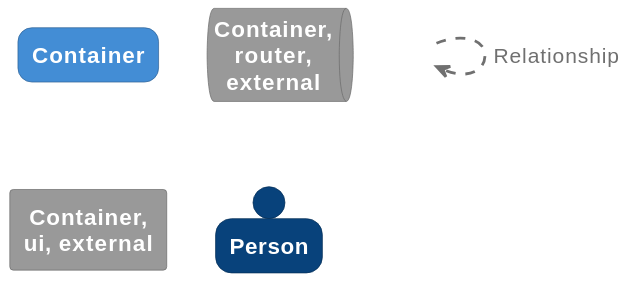
CoderByBlood/whisper-cms keeps this PlantUML diagram as docs/diagrams/structurizr-WhisperCMS-Containers-key.svg. Above is the earlier version. Source of this version:
```plantuml
@startuml
set separator none

skinparam {
  shadowing false
  arrowFontSize 15
  defaultTextAlignment center
  wrapWidth 100
  maxMessageSize 100
}
hide stereotype

skinparam rectangle<<_transparent>> {
  BorderColor transparent
  BackgroundColor transparent
  FontColor transparent
}

skinparam rectangle<<1>> {
  BackgroundColor #438dd5
  FontColor #ffffff
  BorderColor #2e6295
  roundCorner 20
}
rectangle "==Container" <<1>>

skinparam queue<<2>> {
  BackgroundColor #999999
  FontColor #ffffff
  BorderColor #6b6b6b
}
queue "==Container, router, external" <<2>>

skinparam rectangle<<3>> {
  BackgroundColor #999999
  FontColor #ffffff
  BorderColor #6b6b6b
}
rectangle "==Container, ui, external" <<3>>

skinparam person<<4>> {
  BackgroundColor #08427b
  FontColor #ffffff
  BorderColor #052e56
}
person "==Person" <<4>>

rectangle "." <<_transparent>> as 5
5 .[#707070,thickness=2].> 5 : "<color:#707070>Relationship"
@enduml
```
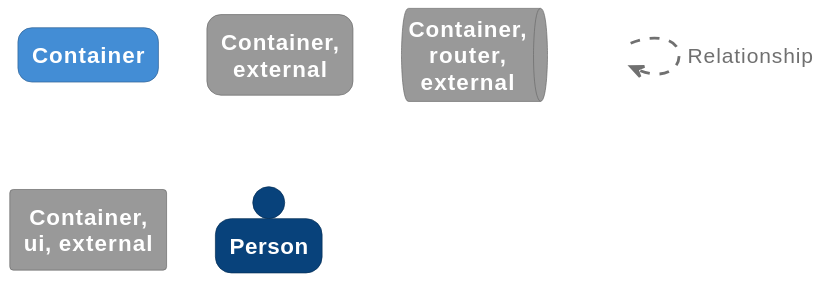
The same file after the commit.

Diff of the diagram source:
```diff
@@ -24,27 +24,35 @@
 }
 rectangle "==Container" <<1>>
 
-skinparam queue<<2>> {
+skinparam rectangle<<2>> {
+  BackgroundColor #999999
+  FontColor #ffffff
+  BorderColor #6b6b6b
+  roundCorner 20
+}
+rectangle "==Container, external" <<2>>
+
+skinparam queue<<3>> {
   BackgroundColor #999999
   FontColor #ffffff
   BorderColor #6b6b6b
 }
-queue "==Container, router, external" <<2>>
+queue "==Container, router, external" <<3>>
 
-skinparam rectangle<<3>> {
+skinparam rectangle<<4>> {
   BackgroundColor #999999
   FontColor #ffffff
   BorderColor #6b6b6b
 }
-rectangle "==Container, ui, external" <<3>>
+rectangle "==Container, ui, external" <<4>>
 
-skinparam person<<4>> {
+skinparam person<<5>> {
   BackgroundColor #08427b
   FontColor #ffffff
   BorderColor #052e56
 }
-person "==Person" <<4>>
+person "==Person" <<5>>
 
-rectangle "." <<_transparent>> as 5
-5 .[#707070,thickness=2].> 5 : "<color:#707070>Relationship"
+rectangle "." <<_transparent>> as 6
+6 .[#707070,thickness=2].> 6 : "<color:#707070>Relationship"
 @enduml
```
